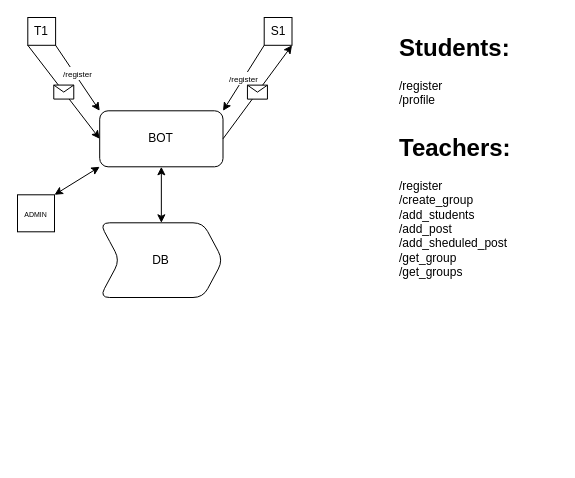
Earlier version of the draw.io diagram page "Main" (1 of 4) of docs/schema.drawio (StEvseeva/TG_Bot_lessons_mailing). Source tidied: cells renumbered, new cells numbered last; positions are measured from the earlier drawing's top-left corner, leaving out a move shared by most shapes. Both pictures are drawn from the tidied source at 100%, with x=0, y=0 at pixel (17, 17).
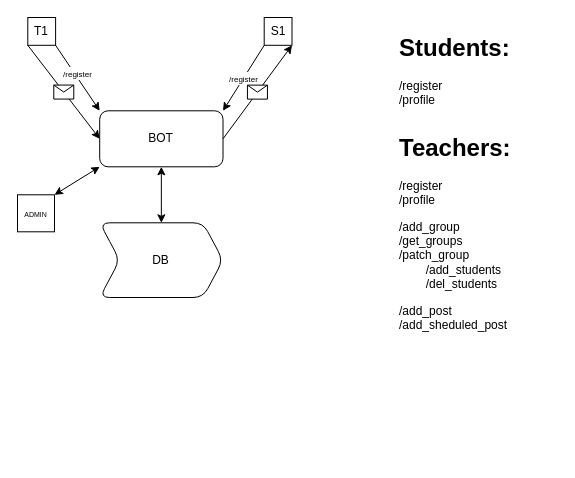
Above is the later version.

Commit message (it also covers changes not shown here):
add opportunity for teacher to add_students to groups

What changed in the source:
```diff
@@
-    <mxCell id="20" value="&lt;h1 style=&quot;margin-top: 0px;&quot;&gt;Teachers:&lt;/h1&gt;&lt;p&gt;/register&lt;br&gt;/create_group&lt;br&gt;/add_students&lt;br&gt;/add_post&lt;br&gt;/add_sheduled_post&lt;br&gt;/get_group&lt;br&gt;/get_groups&lt;/p&gt;" style="text;html=1;whiteSpace=wrap;overflow=hidden;rounded=0;" parent="1" vertex="1">
-      <mxGeometry x="380" y="110" width="160" height="160" as="geometry" />
+    <mxCell id="20" value="&lt;h1 style=&quot;margin-top: 0px;&quot;&gt;Teachers:&lt;/h1&gt;&lt;p&gt;/register&lt;br&gt;&lt;span style=&quot;background-color: transparent;&quot;&gt;/profile&lt;br&gt;&lt;/span&gt;&lt;/p&gt;&lt;p&gt;/add_group&lt;br&gt;/get_groups&lt;br&gt;/patch_group&lt;br&gt;&lt;span style=&quot;white-space: pre;&quot;&gt;&#9;&lt;/span&gt;/add_students&lt;br&gt;&lt;span style=&quot;white-space: pre;&quot;&gt;&#9;&lt;/span&gt;/del_students&lt;br&gt;&lt;/p&gt;&lt;p&gt;&lt;span style=&quot;background-color: transparent;&quot;&gt;/add_post&lt;br&gt;&lt;/span&gt;&lt;span style=&quot;background-color: transparent;&quot;&gt;/add_sheduled_post&lt;/span&gt;&lt;/p&gt;" style="text;html=1;whiteSpace=wrap;overflow=hidden;rounded=0;" parent="1" vertex="1">
+      <mxGeometry x="380" y="110" width="160" height="330" as="geometry" />
     </mxCell>
```
